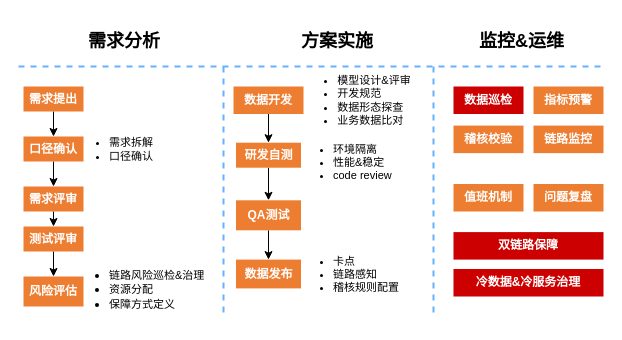
Earlier version of the draw.io diagram mt质量保障.drawio (mineminemine123/work-wiki). Source tidied: cells renumbered, new cells numbered last; positions are measured from the earlier drawing's top-left corner, leaving out a move shared by most shapes. Both pictures are drawn from the tidied source at 100%, with x=0, y=0 at pixel (18, 26).
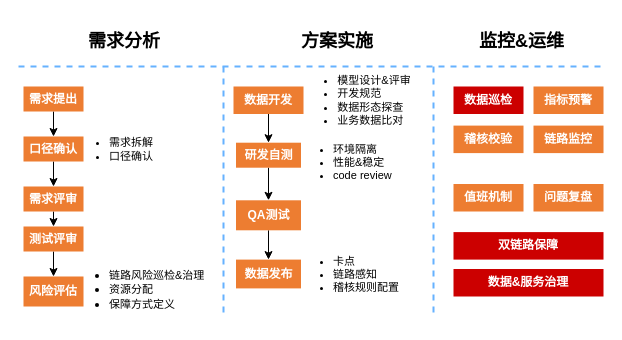
Above is the later version.

Commit message:
更新mt质量保障.drawio

What changed in the source:
```diff
@@
-    <mxCell id="30" value="&lt;font color=&quot;#ffffff&quot;&gt;&lt;b&gt;冷数据&amp;amp;冷服务治理&lt;/b&gt;&lt;/font&gt;" style="rounded=0;whiteSpace=wrap;html=1;strokeColor=none;fillColor=#CC0000;fontFamily=微软雅黑;" parent="1" vertex="1">
+    <mxCell id="30" value="&lt;font color=&quot;#ffffff&quot;&gt;&lt;b&gt;数据&amp;amp;服务治理&lt;/b&gt;&lt;/font&gt;" style="rounded=0;whiteSpace=wrap;html=1;strokeColor=none;fillColor=#CC0000;fontFamily=微软雅黑;" parent="1" vertex="1">
       <mxGeometry x="435" y="242.5" width="150" height="27.5" as="geometry" />
     </mxCell>
```
